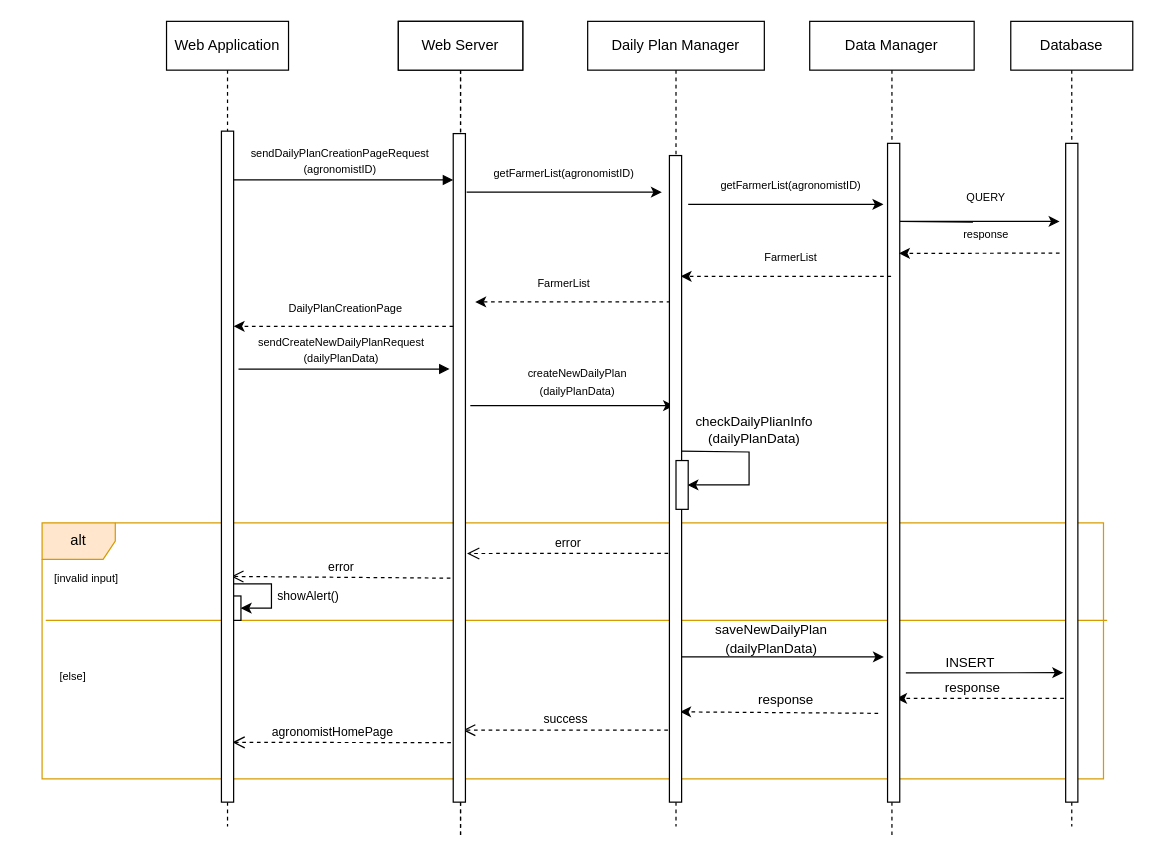
This is page "A-CreateDP-UC3" (3 of 18) of DD/UML/Runtime.drawio from ictar/DREAM-SE2-Project-2022, a draw.io file, before an edit. Source tidied: cells renumbered, new cells numbered last; positions are measured from the earlier drawing's top-left corner, leaving out a move shared by most shapes. Both pictures are drawn from the tidied source at 122%, with x=0, y=0 at pixel (21, 21).
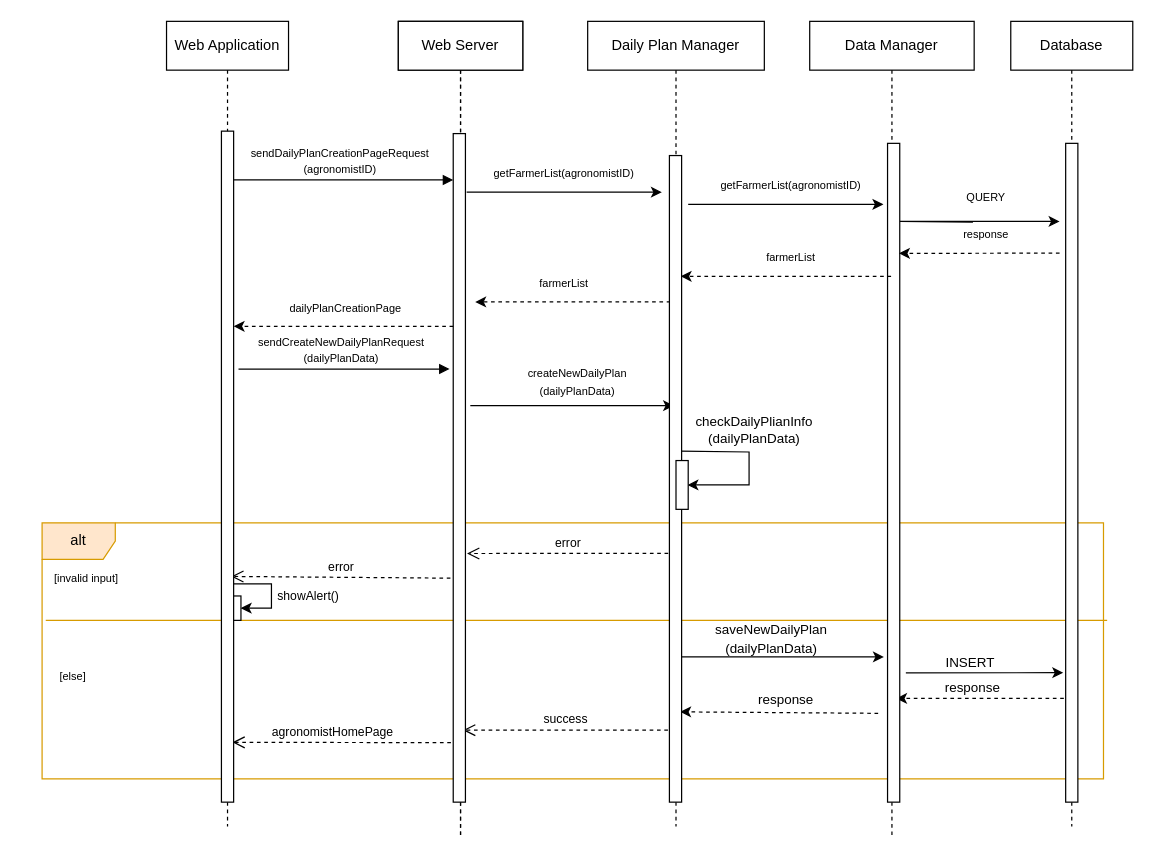
After the change.

The edit, as a diff of the source:
```diff
@@
-    <mxCell id="33" value="&lt;span style=&quot;font-family: &amp;#34;helvetica&amp;#34; ; font-size: 9px ; background-color: rgb(255 , 255 , 255)&quot;&gt;DailyPlanCreationPage&lt;/span&gt;" style="text;html=1;strokeColor=none;fillColor=none;align=center;verticalAlign=middle;whiteSpace=wrap;rounded=0;fontSize=11;" parent="1" vertex="1">
+    <mxCell id="33" value="&lt;span style=&quot;font-family: &amp;#34;helvetica&amp;#34; ; font-size: 9px ; background-color: rgb(255 , 255 , 255)&quot;&gt;dailyPlanCreationPage&lt;/span&gt;" style="text;html=1;strokeColor=none;fillColor=none;align=center;verticalAlign=middle;whiteSpace=wrap;rounded=0;fontSize=11;" parent="1" vertex="1">
       <mxGeometry x="211" y="220" width="110" height="30" as="geometry" />
     </mxCell>
@@
-    <mxCell id="47" value="FarmerList" style="text;html=1;strokeColor=none;fillColor=none;align=center;verticalAlign=middle;whiteSpace=wrap;rounded=0;labelBackgroundColor=none;fontFamily=Helvetica;fontSize=9;" parent="1" vertex="1">
+    <mxCell id="47" value="farmerList" style="text;html=1;strokeColor=none;fillColor=none;align=center;verticalAlign=middle;whiteSpace=wrap;rounded=0;labelBackgroundColor=none;fontFamily=Helvetica;fontSize=9;" parent="1" vertex="1">
       <mxGeometry x="601" y="179" width="60" height="30" as="geometry" />
     </mxCell>
-    <mxCell id="48" value="FarmerList" style="text;html=1;strokeColor=none;fillColor=none;align=center;verticalAlign=middle;whiteSpace=wrap;rounded=0;labelBackgroundColor=none;fontFamily=Helvetica;fontSize=9;" parent="1" vertex="1">
+    <mxCell id="48" value="farmerList" style="text;html=1;strokeColor=none;fillColor=none;align=center;verticalAlign=middle;whiteSpace=wrap;rounded=0;labelBackgroundColor=none;fontFamily=Helvetica;fontSize=9;" parent="1" vertex="1">
       <mxGeometry x="415" y="200" width="60" height="30" as="geometry" />
     </mxCell>
```
